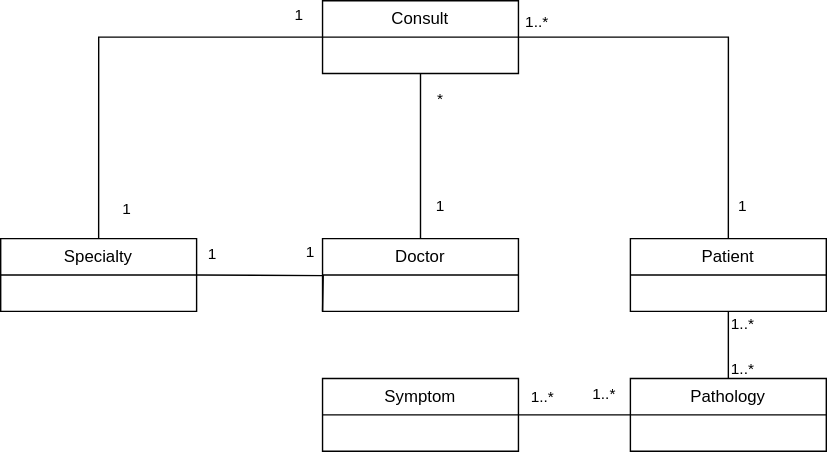
Earlier version of the draw.io export docs/class_diagram.svg (Skatu/Consult-Logger). Source tidied: cells renumbered, new cells last; positions are measured from the earlier drawing's top-left corner, leaving out a move shared by most shapes.
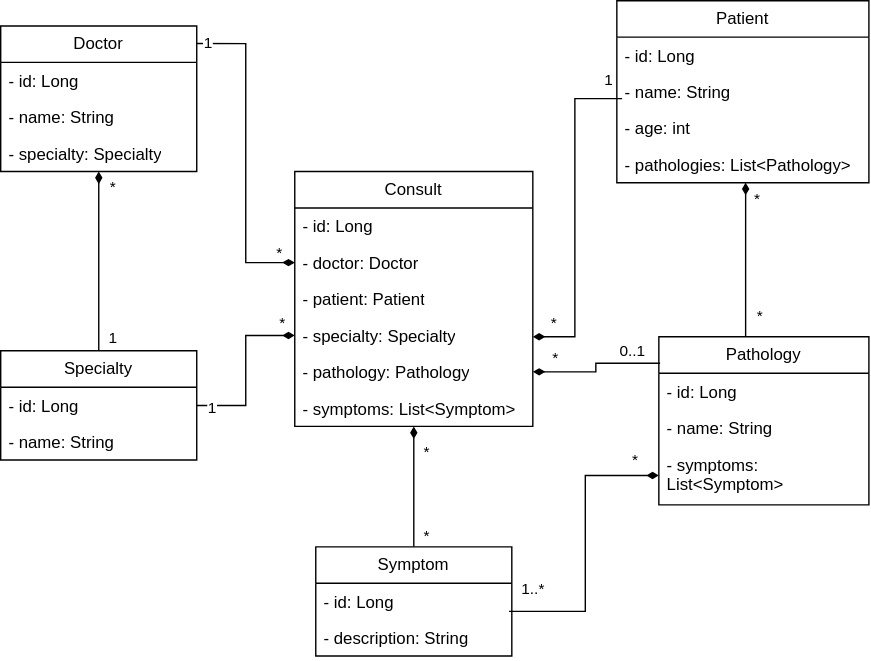
Later version of the same file.

Diff of the diagram source:
```diff
@@ -2,104 +2,203 @@
   <root>
     <mxCell id="0" />
     <mxCell id="1" parent="0" />
-    <mxCell id="2" style="edgeStyle=orthogonalEdgeStyle;rounded=0;jettySize=auto;html=1;exitX=0;exitY=0.5;exitDx=0;exitDy=0;entryX=0.5;entryY=0;entryDx=0;entryDy=0;strokeColor=default;endArrow=none;endFill=0;" parent="1" edge="1" source="11" target="13">
-      <mxGeometry relative="1" as="geometry" />
-    </mxCell>
-    <mxCell id="3" value="1" style="edgeLabel;html=1;align=center;verticalAlign=middle;" parent="2" vertex="1">
-      <mxGeometry x="0.86" y="1" relative="1" as="geometry">
-        <mxPoint x="19" as="offset" />
-      </mxGeometry>
-    </mxCell>
-    <mxCell id="4" value="1" style="edgeLabel;html=1;align=center;verticalAlign=middle;" parent="2" vertex="1">
-      <mxGeometry x="-0.88" relative="1" as="geometry">
-        <mxPoint y="-16" as="offset" />
-      </mxGeometry>
-    </mxCell>
-    <mxCell id="5" style="edgeStyle=orthogonalEdgeStyle;rounded=0;jettySize=auto;html=1;entryX=0.5;entryY=0;entryDx=0;entryDy=0;endArrow=none;endFill=0;" parent="1" edge="1" source="11" target="12">
-      <mxGeometry relative="1" as="geometry" />
-    </mxCell>
-    <mxCell id="6" value="1" style="edgeLabel;html=1;align=center;verticalAlign=middle;" parent="5" vertex="1">
-      <mxGeometry x="0.61" relative="1" as="geometry">
-        <mxPoint x="14" as="offset" />
-      </mxGeometry>
-    </mxCell>
-    <mxCell id="7" value="*" style="edgeLabel;html=1;align=center;verticalAlign=middle;" parent="5" vertex="1">
-      <mxGeometry x="-0.7" relative="1" as="geometry">
-        <mxPoint x="14" as="offset" />
-      </mxGeometry>
-    </mxCell>
-    <mxCell id="8" style="edgeStyle=orthogonalEdgeStyle;rounded=0;jettySize=auto;html=1;entryX=0.5;entryY=0;entryDx=0;entryDy=0;endArrow=none;endFill=0;" parent="1" edge="1" source="11" target="17">
-      <mxGeometry relative="1" as="geometry" />
-    </mxCell>
-    <mxCell id="9" value="1" style="edgeLabel;html=1;align=center;verticalAlign=middle;" parent="8" vertex="1">
-      <mxGeometry x="0.84" relative="1" as="geometry">
-        <mxPoint x="10" as="offset" />
-      </mxGeometry>
-    </mxCell>
-    <mxCell id="10" value="1..*" style="edgeLabel;html=1;align=center;verticalAlign=middle;" parent="8" vertex="1">
-      <mxGeometry x="-0.96" y="2" relative="1" as="geometry">
-        <mxPoint x="8" y="-9" as="offset" />
-      </mxGeometry>
-    </mxCell>
+    <mxCell id="12" value="Doctor" style="swimlane;fontStyle=0;horizontal=1;startSize=26;fillColor=none;whiteSpace=wrap;html=1;" parent="1" vertex="1">
+      <mxGeometry x="10" y="-2" width="140" height="104" as="geometry" />
+    </mxCell>
+    <mxCell id="26" value="- id: Long" style="text;strokeColor=none;fillColor=none;align=left;verticalAlign=top;spacingLeft=4;spacingRight=4;overflow=hidden;whiteSpace=wrap;html=1;" parent="12" vertex="1">
+      <mxGeometry y="26" width="140" height="26" as="geometry" />
+    </mxCell>
+    <mxCell id="27" value="- name: String" style="text;strokeColor=none;fillColor=none;align=left;verticalAlign=top;spacingLeft=4;spacingRight=4;overflow=hidden;whiteSpace=wrap;html=1;" parent="12" vertex="1">
+      <mxGeometry y="52" width="140" height="26" as="geometry" />
+    </mxCell>
+    <mxCell id="28" value="- specialty: Specialty" style="text;strokeColor=none;fillColor=none;align=left;verticalAlign=top;spacingLeft=4;spacingRight=4;overflow=hidden;points=[[0,0.5],[1,0.5]];portConstraint=eastwest;whiteSpace=wrap;html=1;" parent="12" vertex="1">
+      <mxGeometry y="78" width="140" height="26" as="geometry" />
+    </mxCell>
     <mxCell id="11" value="Consult" style="swimlane;fontStyle=0;horizontal=1;startSize=26;fillColor=none;whiteSpace=wrap;html=1;" parent="1" vertex="1">
-      <mxGeometry x="230" width="140" height="52" as="geometry" />
+      <mxGeometry x="220" y="102" width="170" height="182" as="geometry" />
     </mxCell>
-    <mxCell id="12" value="Doctor" style="swimlane;fontStyle=0;horizontal=1;startSize=26;fillColor=none;whiteSpace=wrap;html=1;" parent="1" vertex="1">
-      <mxGeometry x="230" y="170" width="140" height="52" as="geometry" />
-    </mxCell>
+    <mxCell id="29" value="- id: Long" style="text;strokeColor=none;fillColor=none;align=left;verticalAlign=top;spacingLeft=4;spacingRight=4;overflow=hidden;whiteSpace=wrap;html=1;" parent="11" vertex="1">
+      <mxGeometry y="26" width="170" height="26" as="geometry" />
+    </mxCell>
+    <mxCell id="30" value="- doctor: Doctor" style="text;strokeColor=none;fillColor=none;align=left;verticalAlign=top;spacingLeft=4;spacingRight=4;overflow=hidden;points=[[0,0.5],[1,0.5]];portConstraint=eastwest;whiteSpace=wrap;html=1;" parent="11" vertex="1">
+      <mxGeometry y="52" width="170" height="26" as="geometry" />
+    </mxCell>
+    <mxCell id="31" value="- patient: Patient" style="text;strokeColor=none;fillColor=none;align=left;verticalAlign=top;spacingLeft=4;spacingRight=4;overflow=hidden;whiteSpace=wrap;html=1;" parent="11" vertex="1">
+      <mxGeometry y="78" width="170" height="26" as="geometry" />
+    </mxCell>
+    <mxCell id="32" value="- specialty: Specialty" style="text;strokeColor=none;fillColor=none;align=left;verticalAlign=top;spacingLeft=4;spacingRight=4;overflow=hidden;points=[[0,0.5],[1,0.5]];portConstraint=eastwest;whiteSpace=wrap;html=1;" parent="11" vertex="1">
+      <mxGeometry y="104" width="170" height="26" as="geometry" />
+    </mxCell>
+    <mxCell id="33" value="- pathology: Pathology" style="text;strokeColor=none;fillColor=none;align=left;verticalAlign=top;spacingLeft=4;spacingRight=4;overflow=hidden;points=[[0,0.5],[1,0.5]];portConstraint=eastwest;whiteSpace=wrap;html=1;" parent="11" vertex="1">
+      <mxGeometry y="130" width="170" height="26" as="geometry" />
+    </mxCell>
+    <mxCell id="34" value="- symptoms: List&amp;lt;Symptom&amp;gt;" style="text;strokeColor=none;fillColor=none;align=left;verticalAlign=top;spacingLeft=4;spacingRight=4;overflow=hidden;points=[[0,0.5],[1,0.5]];portConstraint=eastwest;whiteSpace=wrap;html=1;" parent="11" vertex="1">
+      <mxGeometry y="156" width="170" height="26" as="geometry" />
+    </mxCell>
+    <mxCell id="17" value="Patient" style="swimlane;fontStyle=0;horizontal=1;startSize=26;fillColor=none;whiteSpace=wrap;html=1;" parent="1" vertex="1">
+      <mxGeometry x="450" y="-20" width="180" height="130" as="geometry" />
+    </mxCell>
+    <mxCell id="35" value="- id: Long" style="text;strokeColor=none;fillColor=none;align=left;verticalAlign=top;spacingLeft=4;spacingRight=4;overflow=hidden;whiteSpace=wrap;html=1;" parent="17" vertex="1">
+      <mxGeometry y="26" width="180" height="26" as="geometry" />
+    </mxCell>
+    <mxCell id="36" value="- name: String" style="text;strokeColor=none;fillColor=none;align=left;verticalAlign=top;spacingLeft=4;spacingRight=4;overflow=hidden;points=[[0,0.5],[1,0.5]];portConstraint=eastwest;whiteSpace=wrap;html=1;" parent="17" vertex="1">
+      <mxGeometry y="52" width="180" height="26" as="geometry" />
+    </mxCell>
+    <mxCell id="37" value="- age: int" style="text;strokeColor=none;fillColor=none;align=left;verticalAlign=top;spacingLeft=4;spacingRight=4;overflow=hidden;whiteSpace=wrap;html=1;" parent="17" vertex="1">
+      <mxGeometry y="78" width="180" height="26" as="geometry" />
+    </mxCell>
+    <mxCell id="38" value="- pathologies: List&amp;lt;Pathology&amp;gt;" style="text;strokeColor=none;fillColor=none;align=left;verticalAlign=top;spacingLeft=4;spacingRight=4;overflow=hidden;points=[[0,0.5],[1,0.5]];portConstraint=eastwest;whiteSpace=wrap;html=1;" parent="17" vertex="1">
+      <mxGeometry y="104" width="180" height="26" as="geometry" />
+    </mxCell>
     <mxCell id="13" value="Specialty" style="swimlane;fontStyle=0;horizontal=1;startSize=26;fillColor=none;whiteSpace=wrap;html=1;" parent="1" vertex="1">
-      <mxGeometry y="170" width="140" height="52" as="geometry" />
+      <mxGeometry x="10" y="230" width="140" height="78" as="geometry" />
     </mxCell>
-    <mxCell id="14" style="edgeStyle=orthogonalEdgeStyle;rounded=0;jettySize=auto;html=1;entryX=0.5;entryY=0;entryDx=0;entryDy=0;endArrow=none;endFill=0;" parent="1" edge="1" source="17" target="18">
-      <mxGeometry relative="1" as="geometry" />
-    </mxCell>
-    <mxCell id="15" value="1..*" style="edgeLabel;html=1;align=center;verticalAlign=middle;" parent="14" vertex="1">
-      <mxGeometry x="0.29" relative="1" as="geometry">
-        <mxPoint x="10" y="10" as="offset" />
-      </mxGeometry>
-    </mxCell>
-    <mxCell id="16" value="1..*" style="edgeLabel;html=1;align=center;verticalAlign=middle;" parent="14" vertex="1">
-      <mxGeometry x="-0.63" y="-1" relative="1" as="geometry">
-        <mxPoint x="11" as="offset" />
-      </mxGeometry>
-    </mxCell>
-    <mxCell id="17" value="Patient" style="swimlane;fontStyle=0;horizontal=1;startSize=26;fillColor=none;whiteSpace=wrap;html=1;" parent="1" vertex="1">
-      <mxGeometry x="450" y="170" width="140" height="52" as="geometry" />
-    </mxCell>
+    <mxCell id="39" value="- id: Long" style="text;strokeColor=none;fillColor=none;align=left;verticalAlign=top;spacingLeft=4;spacingRight=4;overflow=hidden;whiteSpace=wrap;html=1;" parent="13" vertex="1">
+      <mxGeometry y="26" width="140" height="26" as="geometry" />
+    </mxCell>
+    <mxCell id="40" value="- name: String" style="text;strokeColor=none;fillColor=none;align=left;verticalAlign=top;spacingLeft=4;spacingRight=4;overflow=hidden;whiteSpace=wrap;html=1;" parent="13" vertex="1">
+      <mxGeometry y="52" width="140" height="26" as="geometry" />
+    </mxCell>
+    <mxCell id="22" value="Symptom" style="swimlane;fontStyle=0;horizontal=1;startSize=26;fillColor=none;whiteSpace=wrap;html=1;" parent="1" vertex="1">
+      <mxGeometry x="235" y="370" width="140" height="78" as="geometry" />
+    </mxCell>
+    <mxCell id="41" value="- id: Long" style="text;strokeColor=none;fillColor=none;align=left;verticalAlign=top;spacingLeft=4;spacingRight=4;overflow=hidden;points=[[0,0.5],[1,0.5]];portConstraint=eastwest;whiteSpace=wrap;html=1;" parent="22" vertex="1">
+      <mxGeometry y="26" width="140" height="26" as="geometry" />
+    </mxCell>
+    <mxCell id="42" value="- description: String" style="text;strokeColor=none;fillColor=none;align=left;verticalAlign=top;spacingLeft=4;spacingRight=4;overflow=hidden;whiteSpace=wrap;html=1;" parent="22" vertex="1">
+      <mxGeometry y="52" width="140" height="26" as="geometry" />
+    </mxCell>
     <mxCell id="18" value="Pathology" style="swimlane;fontStyle=0;horizontal=1;startSize=26;fillColor=none;whiteSpace=wrap;html=1;" parent="1" vertex="1">
-      <mxGeometry x="450" y="270" width="140" height="52" as="geometry" />
+      <mxGeometry x="480" y="220" width="150" height="120" as="geometry" />
     </mxCell>
-    <mxCell id="19" style="edgeStyle=orthogonalEdgeStyle;rounded=0;orthogonalLoop=1;jettySize=auto;html=1;entryX=0;entryY=0.5;entryDx=0;entryDy=0;endArrow=none;endFill=0;" parent="1" edge="1">
-      <mxGeometry relative="1" as="geometry">
-        <mxPoint x="140" y="196" as="sourcePoint" />
-        <mxPoint x="230" y="222" as="targetPoint" />
-      </mxGeometry>
-    </mxCell>
-    <mxCell id="20" value="1" style="edgeLabel;html=1;align=center;verticalAlign=middle;" parent="19" vertex="1">
-      <mxGeometry x="0.71" y="2" relative="1" as="geometry">
-        <mxPoint x="-12" y="-25" as="offset" />
-      </mxGeometry>
-    </mxCell>
-    <mxCell id="21" value="1" style="edgeLabel;html=1;align=center;verticalAlign=middle;" parent="19" vertex="1">
-      <mxGeometry x="-0.82" y="1" relative="1" as="geometry">
-        <mxPoint y="-14" as="offset" />
-      </mxGeometry>
-    </mxCell>
-    <mxCell id="22" value="Symptom" style="swimlane;fontStyle=0;horizontal=1;startSize=26;fillColor=none;whiteSpace=wrap;html=1;" parent="1" vertex="1">
-      <mxGeometry x="230" y="270" width="140" height="52" as="geometry" />
-    </mxCell>
-    <mxCell id="23" style="edgeStyle=orthogonalEdgeStyle;rounded=0;jettySize=auto;html=1;entryX=1;entryY=0.5;entryDx=0;entryDy=0;endArrow=none;endFill=0;exitX=0;exitY=0.5;exitDx=0;exitDy=0;" parent="1" edge="1" source="18" target="22">
-      <mxGeometry relative="1" as="geometry" />
-    </mxCell>
-    <mxCell id="24" value="1..*" style="edgeLabel;html=1;align=center;verticalAlign=middle;" parent="23" vertex="1">
-      <mxGeometry x="0.58" y="-1" relative="1" as="geometry">
-        <mxPoint y="-12" as="offset" />
-      </mxGeometry>
-    </mxCell>
-    <mxCell id="25" value="1..*" style="edgeLabel;html=1;align=center;verticalAlign=middle;" parent="23" vertex="1">
-      <mxGeometry x="-0.46" y="1" relative="1" as="geometry">
-        <mxPoint x="2" y="-16" as="offset" />
-      </mxGeometry>
-    </mxCell>
+    <mxCell id="43" value="- id: Long" style="text;strokeColor=none;fillColor=none;align=left;verticalAlign=top;spacingLeft=4;spacingRight=4;overflow=hidden;whiteSpace=wrap;html=1;" parent="18" vertex="1">
+      <mxGeometry y="26" width="150" height="26" as="geometry" />
+    </mxCell>
+    <mxCell id="44" value="- name: String" style="text;strokeColor=none;fillColor=none;align=left;verticalAlign=top;spacingLeft=4;spacingRight=4;overflow=hidden;whiteSpace=wrap;html=1;" parent="18" vertex="1">
+      <mxGeometry y="52" width="150" height="26" as="geometry" />
+    </mxCell>
+    <mxCell id="45" value="- symptoms: List&amp;lt;Symptom&amp;gt;" style="text;strokeColor=none;fillColor=none;align=left;verticalAlign=top;spacingLeft=4;spacingRight=4;overflow=hidden;points=[[0,0.5],[1,0.5]];portConstraint=eastwest;whiteSpace=wrap;html=1;" parent="18" vertex="1">
+      <mxGeometry y="78" width="150" height="42" as="geometry" />
+    </mxCell>
+    <mxCell id="46" style="edgeStyle=orthogonalEdgeStyle;rounded=0;jettySize=auto;html=1;entryX=0.021;entryY=0.688;entryDx=0;entryDy=0;entryPerimeter=0;endArrow=none;endFill=0;startArrow=diamondThin;startFill=1;" parent="1" edge="1" source="32" target="36">
+      <mxGeometry relative="1" as="geometry">
+        <Array as="points">
+          <mxPoint x="420" y="220" />
+          <mxPoint x="420" y="50" />
+        </Array>
+      </mxGeometry>
+    </mxCell>
+    <mxCell id="47" value="1" style="edgeLabel;html=1;align=center;verticalAlign=middle;" parent="46" vertex="1">
+      <mxGeometry x="0.91" y="-1" relative="1" as="geometry">
+        <mxPoint y="-14" as="offset" />
+      </mxGeometry>
+    </mxCell>
+    <mxCell id="48" value="*" style="edgeLabel;html=1;align=center;verticalAlign=middle;" parent="46" vertex="1">
+      <mxGeometry x="-0.87" y="1" relative="1" as="geometry">
+        <mxPoint y="-9" as="offset" />
+      </mxGeometry>
+    </mxCell>
+    <mxCell id="49" style="edgeStyle=orthogonalEdgeStyle;rounded=0;jettySize=auto;html=1;endArrow=none;endFill=0;startArrow=diamondThin;startFill=1;exitX=0.511;exitY=0.996;exitDx=0;exitDy=0;exitPerimeter=0;" parent="1" edge="1" source="38" target="18">
+      <mxGeometry relative="1" as="geometry">
+        <Array as="points">
+          <mxPoint x="542" y="180" />
+          <mxPoint x="542" y="180" />
+        </Array>
+      </mxGeometry>
+    </mxCell>
+    <mxCell id="50" value="*" style="edgeLabel;html=1;align=center;verticalAlign=middle;" parent="49" vertex="1">
+      <mxGeometry x="0.8" y="-1" relative="1" as="geometry">
+        <mxPoint x="11" y="-5" as="offset" />
+      </mxGeometry>
+    </mxCell>
+    <mxCell id="51" value="*" style="edgeLabel;html=1;align=center;verticalAlign=middle;" parent="49" vertex="1">
+      <mxGeometry x="-0.78" relative="1" as="geometry">
+        <mxPoint x="8" as="offset" />
+      </mxGeometry>
+    </mxCell>
+    <mxCell id="52" style="edgeStyle=orthogonalEdgeStyle;rounded=0;jettySize=auto;html=1;entryX=0.986;entryY=0.773;entryDx=0;entryDy=0;entryPerimeter=0;startArrow=diamondThin;startFill=1;endArrow=none;endFill=0;" parent="1" edge="1" source="45" target="41">
+      <mxGeometry relative="1" as="geometry" />
+    </mxCell>
+    <mxCell id="53" value="*" style="edgeLabel;html=1;align=center;verticalAlign=middle;" parent="52" vertex="1">
+      <mxGeometry x="-0.83" relative="1" as="geometry">
+        <mxPoint y="-11" as="offset" />
+      </mxGeometry>
+    </mxCell>
+    <mxCell id="54" value="1..*" style="edgeLabel;html=1;align=center;verticalAlign=middle;" parent="52" vertex="1">
+      <mxGeometry x="0.89" relative="1" as="geometry">
+        <mxPoint x="6" y="-16" as="offset" />
+      </mxGeometry>
+    </mxCell>
+    <mxCell id="55" style="edgeStyle=orthogonalEdgeStyle;rounded=0;jettySize=auto;html=1;startArrow=diamondThin;startFill=1;endArrow=none;endFill=0;" parent="1" edge="1" source="28" target="13">
+      <mxGeometry relative="1" as="geometry">
+        <Array as="points">
+          <mxPoint x="80" y="130" />
+          <mxPoint x="80" y="130" />
+        </Array>
+      </mxGeometry>
+    </mxCell>
+    <mxCell id="56" value="*" style="edgeLabel;html=1;align=center;verticalAlign=middle;" parent="55" vertex="1">
+      <mxGeometry x="-0.83" y="-2" relative="1" as="geometry">
+        <mxPoint x="12" as="offset" />
+      </mxGeometry>
+    </mxCell>
+    <mxCell id="57" value="1" style="edgeLabel;html=1;align=center;verticalAlign=middle;" parent="55" vertex="1">
+      <mxGeometry x="0.85" y="-2" relative="1" as="geometry">
+        <mxPoint x="12" as="offset" />
+      </mxGeometry>
+    </mxCell>
+    <mxCell id="58" style="edgeStyle=orthogonalEdgeStyle;rounded=0;jettySize=auto;html=1;entryX=0.997;entryY=0.121;entryDx=0;entryDy=0;entryPerimeter=0;startArrow=diamondThin;startFill=1;endArrow=none;endFill=0;" parent="1" edge="1" source="30" target="12">
+      <mxGeometry relative="1" as="geometry" />
+    </mxCell>
+    <mxCell id="59" value="1" style="edgeLabel;html=1;align=center;verticalAlign=middle;" parent="58" vertex="1">
+      <mxGeometry x="0.93" y="-1" relative="1" as="geometry" />
+    </mxCell>
+    <mxCell id="60" value="*" style="edgeLabel;html=1;align=center;verticalAlign=middle;" parent="58" vertex="1">
+      <mxGeometry x="-0.9" y="2" relative="1" as="geometry">
+        <mxPoint y="-9" as="offset" />
+      </mxGeometry>
+    </mxCell>
+    <mxCell id="61" style="edgeStyle=orthogonalEdgeStyle;rounded=0;jettySize=auto;html=1;startArrow=diamondThin;startFill=1;endArrow=none;endFill=0;" parent="1" edge="1" source="32" target="13">
+      <mxGeometry relative="1" as="geometry" />
+    </mxCell>
+    <mxCell id="62" value="*" style="edgeLabel;html=1;align=center;verticalAlign=middle;" parent="61" vertex="1">
+      <mxGeometry x="-0.77" y="-1" relative="1" as="geometry">
+        <mxPoint x="4" y="-8" as="offset" />
+      </mxGeometry>
+    </mxCell>
+    <mxCell id="63" value="1" style="edgeLabel;html=1;align=center;verticalAlign=middle;" parent="61" vertex="1">
+      <mxGeometry x="0.82" y="2" relative="1" as="geometry" />
+    </mxCell>
+    <mxCell id="64" style="edgeStyle=orthogonalEdgeStyle;rounded=0;jettySize=auto;html=1;entryX=0.5;entryY=0;entryDx=0;entryDy=0;startArrow=diamondThin;startFill=1;endArrow=none;endFill=0;" parent="1" edge="1" source="34" target="22">
+      <mxGeometry relative="1" as="geometry">
+        <Array as="points">
+          <mxPoint x="305" y="300" />
+          <mxPoint x="305" y="300" />
+        </Array>
+      </mxGeometry>
+    </mxCell>
+    <mxCell id="65" value="*" style="edgeLabel;html=1;align=center;verticalAlign=middle;" parent="64" vertex="1">
+      <mxGeometry x="0.79" relative="1" as="geometry">
+        <mxPoint x="9" as="offset" />
+      </mxGeometry>
+    </mxCell>
+    <mxCell id="66" value="*" style="edgeLabel;html=1;align=center;verticalAlign=middle;" parent="64" vertex="1">
+      <mxGeometry x="-0.6" y="-3" relative="1" as="geometry">
+        <mxPoint x="12" as="offset" />
+      </mxGeometry>
+    </mxCell>
+    <mxCell id="67" style="edgeStyle=orthogonalEdgeStyle;rounded=0;jettySize=auto;html=1;entryX=0.006;entryY=0.157;entryDx=0;entryDy=0;entryPerimeter=0;startArrow=diamondThin;startFill=1;endArrow=none;endFill=0;" parent="1" edge="1" source="33" target="18">
+      <mxGeometry relative="1" as="geometry" />
+    </mxCell>
+    <mxCell id="68" value="0..1" style="edgeLabel;html=1;align=center;verticalAlign=middle;" parent="67" vertex="1">
+      <mxGeometry x="-0.6" y="-2" relative="1" as="geometry">
+        <mxPoint x="51" y="-17" as="offset" />
+      </mxGeometry>
+    </mxCell>
+    <mxCell id="69" value="*" style="edgeLabel;html=1;align=center;verticalAlign=middle;" parent="67" vertex="1">
+      <mxGeometry x="-0.8" y="1" relative="1" as="geometry">
+        <mxPoint x="6" y="-9" as="offset" />
+      </mxGeometry>
+    </mxCell>
   </root>
 </mxGraphModel>
```
